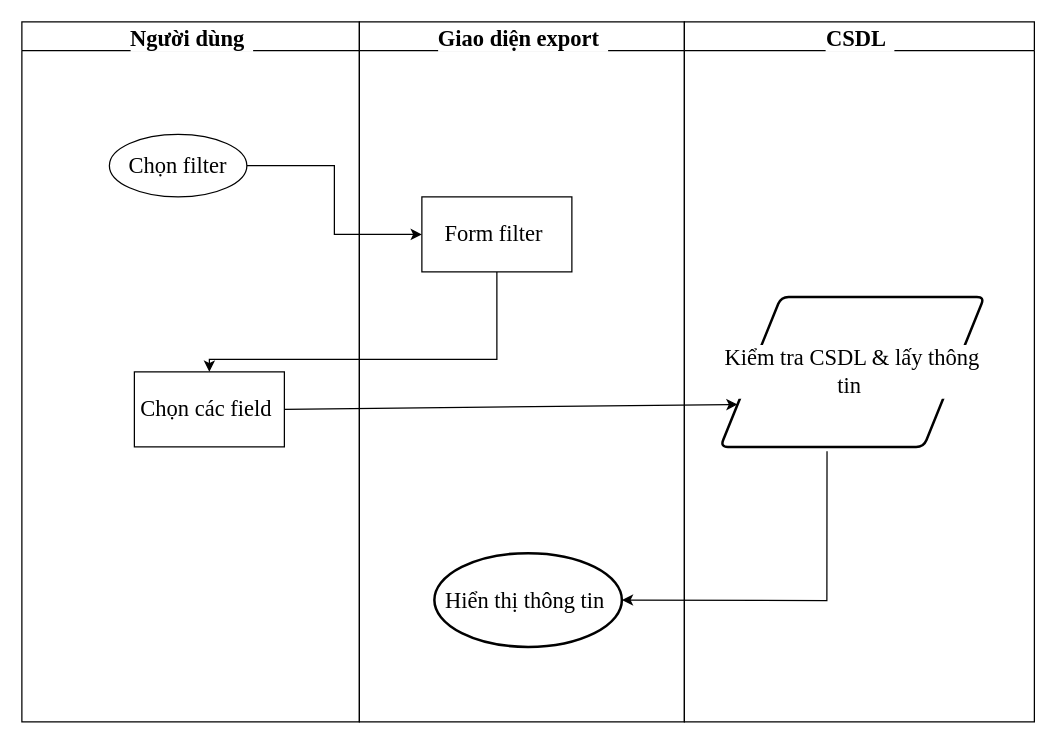
Before: page "Page-3" (2 of 3) of FlowInf.drawio in LongLiee/FlowChart-UpWork, a draw.io diagram. Source tidied: cells renumbered, new cells numbered last; positions are measured from the earlier drawing's top-left corner, leaving out a move shared by most shapes. Both pictures are drawn from the tidied source at 125%, with x=0, y=0 at pixel (21, 21).
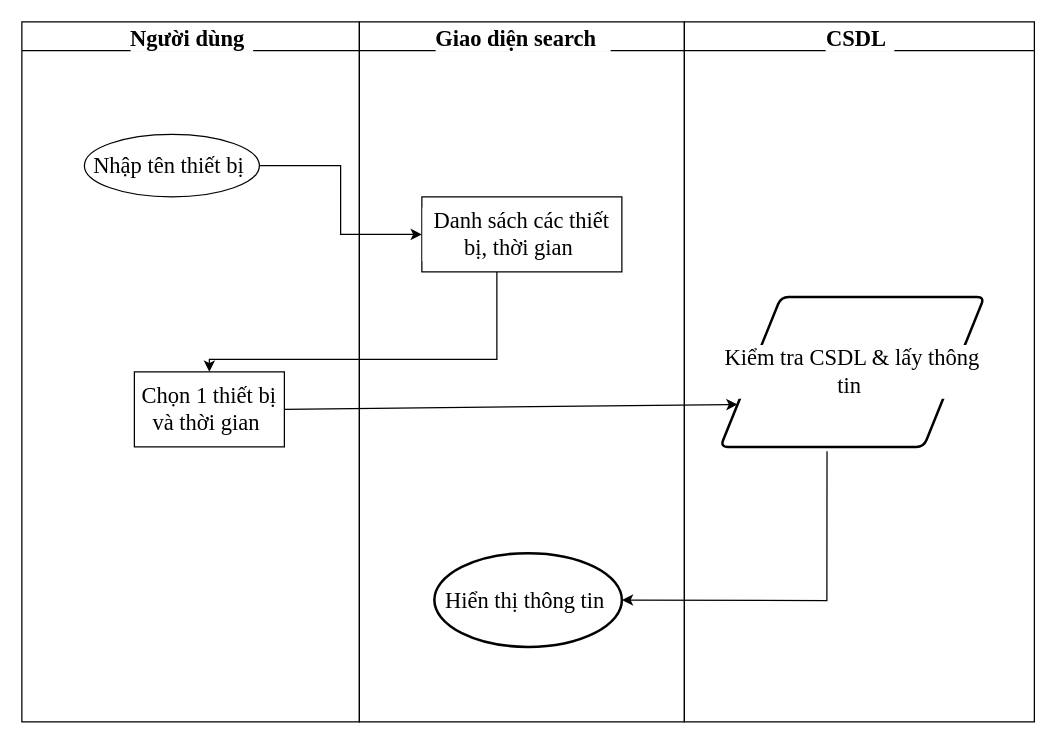
The same page after the edit.

The edit, as a diff of the source:
```diff
@@
 <mxGraphModel>
   <root>
     <mxCell id="0" />
     <mxCell id="1" parent="0" />
     <mxCell id="2" value="Người dùng " style="swimlane;labelBackgroundColor=default;fontFamily=Times New Roman;fontSize=18;fontColor=default;strokeColor=default;strokeWidth=1;fillColor=default;startSize=23;" parent="1" vertex="1">
       <mxGeometry width="270" height="560" as="geometry" />
     </mxCell>
-    <mxCell id="3" value="Chọn filter" style="ellipse;whiteSpace=wrap;html=1;labelBackgroundColor=default;fontFamily=Times New Roman;fontSize=18;fontColor=default;strokeColor=default;strokeWidth=1;fillColor=default;" parent="2" vertex="1">
-      <mxGeometry x="70" y="90" width="110" height="50" as="geometry" />
+    <mxCell id="3" value="Nhập tên thiết bị&amp;nbsp;" style="ellipse;whiteSpace=wrap;html=1;labelBackgroundColor=default;fontFamily=Times New Roman;fontSize=18;fontColor=default;strokeColor=default;strokeWidth=1;fillColor=default;" parent="2" vertex="1">
+      <mxGeometry x="50" y="90" width="140" height="50" as="geometry" />
     </mxCell>
-    <mxCell id="4" value="Chọn các field&amp;nbsp;" style="whiteSpace=wrap;html=1;fontFamily=Times New Roman;fontSize=18;strokeWidth=1;labelBackgroundColor=default;fillColor=default;strokeColor=default;fontColor=default;" parent="2" vertex="1">
+    <mxCell id="4" value="Chọn 1 thiết bị và thời gian&amp;nbsp;" style="whiteSpace=wrap;html=1;fontFamily=Times New Roman;fontSize=18;strokeWidth=1;labelBackgroundColor=default;fillColor=default;strokeColor=default;fontColor=default;" parent="2" vertex="1">
       <mxGeometry x="90" y="280" width="120" height="60" as="geometry" />
     </mxCell>
-    <mxCell id="5" value="Giao diện export " style="swimlane;labelBackgroundColor=default;fontFamily=Times New Roman;fontSize=18;fontColor=default;strokeColor=default;strokeWidth=1;fillColor=default;" parent="1" vertex="1">
+    <mxCell id="5" value="Giao diện search  " style="swimlane;labelBackgroundColor=default;fontFamily=Times New Roman;fontSize=18;fontColor=default;strokeColor=default;strokeWidth=1;fillColor=default;" parent="1" vertex="1">
       <mxGeometry x="270" width="260" height="560" as="geometry" />
     </mxCell>
-    <mxCell id="6" value="Form filter&amp;nbsp;" style="whiteSpace=wrap;html=1;fontFamily=Times New Roman;fontSize=18;strokeWidth=1;labelBackgroundColor=default;fillColor=default;strokeColor=default;fontColor=default;" parent="5" vertex="1">
-      <mxGeometry x="50" y="140" width="120" height="60" as="geometry" />
+    <mxCell id="6" value="Danh sách các thiết bị, thời gian&amp;nbsp;" style="whiteSpace=wrap;html=1;fontFamily=Times New Roman;fontSize=18;strokeWidth=1;labelBackgroundColor=default;fillColor=default;strokeColor=default;fontColor=default;" parent="5" vertex="1">
+      <mxGeometry x="50" y="140" width="160" height="60" as="geometry" />
     </mxCell>
     <mxCell id="7" value="Hiển thị thông tin&amp;nbsp;" style="strokeWidth=2;html=1;shape=mxgraph.flowchart.start_1;whiteSpace=wrap;labelBackgroundColor=default;fontFamily=Times New Roman;fontSize=18;fontColor=default;fillColor=default;strokeColor=default;" parent="5" vertex="1">
       <mxGeometry x="60" y="425" width="150" height="75" as="geometry" />
     </mxCell>
     <mxCell id="8" value="CSDL " style="swimlane;labelBackgroundColor=default;fontFamily=Times New Roman;fontSize=18;fontColor=default;strokeColor=default;strokeWidth=1;fillColor=default;" parent="1" vertex="1">
       <mxGeometry x="530" width="280" height="560" as="geometry" />
     </mxCell>
     <mxCell id="9" value="Kiểm tra CSDL &amp;amp; lấy thông tin&amp;nbsp;" style="shape=parallelogram;html=1;strokeWidth=2;perimeter=parallelogramPerimeter;whiteSpace=wrap;rounded=1;arcSize=12;size=0.23;labelBackgroundColor=default;fontFamily=Times New Roman;fontSize=18;fontColor=default;fillColor=default;strokeColor=default;" parent="8" vertex="1">
       <mxGeometry x="28.8" y="220" width="211.2" height="120" as="geometry" />
     </mxCell>
     <mxCell id="10" style="edgeStyle=orthogonalEdgeStyle;rounded=0;jettySize=auto;html=1;labelBackgroundColor=default;fontFamily=Times New Roman;fontSize=18;fontColor=default;strokeColor=default;fillColor=default;" parent="1" edge="1" source="3" target="6">
       <mxGeometry relative="1" as="geometry" />
     </mxCell>
     <mxCell id="11" style="edgeStyle=orthogonalEdgeStyle;rounded=0;jettySize=auto;html=1;labelBackgroundColor=default;fontFamily=Times New Roman;fontSize=18;fontColor=default;strokeColor=default;fillColor=default;" parent="1" edge="1" source="6" target="4">
       <mxGeometry relative="1" as="geometry">
         <Array as="points">
           <mxPoint x="380" y="270" />
           <mxPoint x="150" y="270" />
         </Array>
       </mxGeometry>
     </mxCell>
     <mxCell id="12" style="endArrow=classic;html=1;rounded=0;labelBackgroundColor=default;fontFamily=Times New Roman;fontSize=18;fontColor=default;strokeColor=default;fillColor=default;exitX=0.404;exitY=1.029;exitDx=0;exitDy=0;exitPerimeter=0;entryX=1;entryY=0.5;entryDx=0;entryDy=0;entryPerimeter=0;" parent="1" edge="1" source="9" target="7">
       <mxGeometry relative="1" as="geometry">
         <Array as="points">
           <mxPoint x="644" y="463" />
         </Array>
       </mxGeometry>
     </mxCell>
     <mxCell id="13" style="endArrow=classic;html=1;rounded=0;labelBackgroundColor=default;fontFamily=Times New Roman;fontSize=18;fontColor=default;strokeColor=default;fillColor=default;exitX=1;exitY=0.5;exitDx=0;exitDy=0;entryX=0;entryY=0.75;entryDx=0;entryDy=0;" parent="1" edge="1" source="4" target="9">
       <mxGeometry relative="1" as="geometry" />
     </mxCell>
   </root>
 </mxGraphModel>
```
